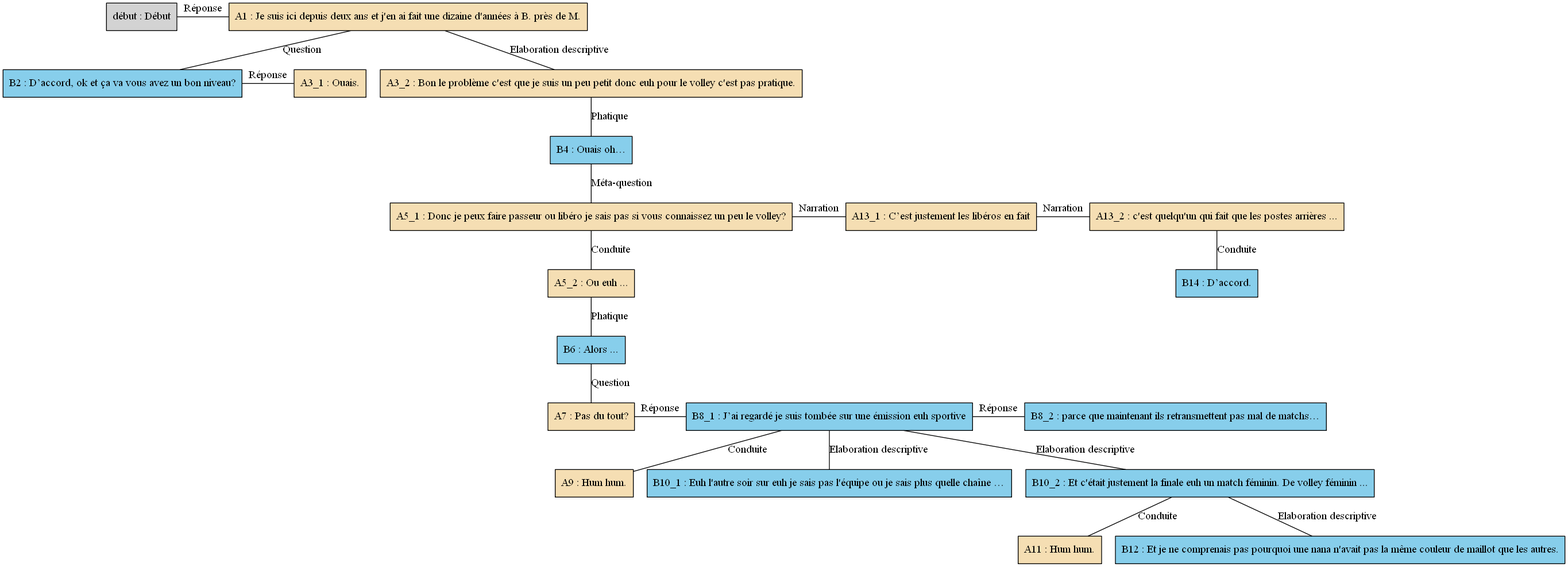
This is arbres/Volley/Volley_-_C09.gv.png from AlaixComet/AnnotationSlamPTut, a Graphviz export, as it was before one commit. Its source is kept beside it as arbres/Volley/Volley_-_C09.gv.
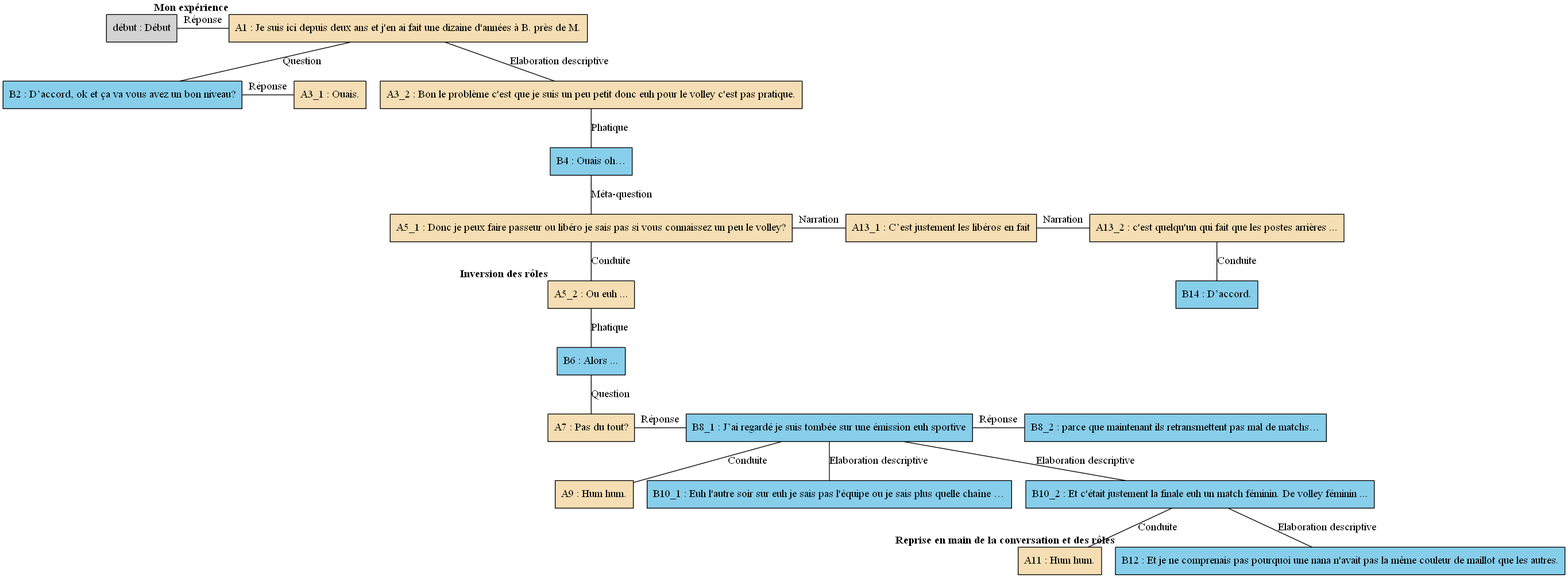
Later version of the same file.

What changed in the source:
```diff
@@ -1,25 +1,25 @@
 digraph C09 {
 	node [shape=box style=filled]
-	"début" [label="début : Début"]
-	A1 [label="A1 : Je suis ici depuis deux ans et j'en ai fait une dizaine d'années à B. près de M." fillcolor=wheat]
-	B2 [label="B2 : D’accord, ok et ça va vous avez un bon niveau?" fillcolor=skyblue]
-	A3_1 [label="A3_1 : Ouais." fillcolor=wheat]
-	A3_2 [label="A3_2 : Bon le problème c'est que je suis un peu petit donc euh pour le volley c'est pas pratique." fillcolor=wheat]
-	B4 [label="B4 : Ouais oh…" fillcolor=skyblue]
-	A5_1 [label="A5_1 : Donc je peux faire passeur ou libéro je sais pas si vous connaissez un peu le volley?" fillcolor=wheat]
-	A5_2 [label="A5_2 : Ou euh ..." fillcolor=wheat]
-	B6 [label="B6 : Alors ..." fillcolor=skyblue]
-	A7 [label="A7 : Pas du tout?" fillcolor=wheat]
-	B8_1 [label="B8_1 : J’ai regardé je suis tombée sur une émission euh sportive" fillcolor=skyblue]
-	B8_2 [label="B8_2 : parce que maintenant ils retransmettent pas mal de matchs…" fillcolor=skyblue]
-	A9 [label="A9 : Hum hum." fillcolor=wheat]
-	B10_1 [label="B10_1 : Euh l'autre soir sur euh je sais pas l'équipe ou je sais plus quelle chaîne …" fillcolor=skyblue]
-	B10_2 [label="B10_2 : Et c'était justement la finale euh un match féminin. De volley féminin ..." fillcolor=skyblue]
-	A11 [label="A11 : Hum hum." fillcolor=wheat]
-	B12 [label="B12 : Et je ne comprenais pas pourquoi une nana n'avait pas la même couleur de maillot que les autres." fillcolor=skyblue]
-	A13_1 [label="A13_1 : C’est justement les libéros en fait" fillcolor=wheat]
-	A13_2 [label="A13_2 : c'est quelqu'un qui fait que les postes arrières ..." fillcolor=wheat]
-	B14 [label="B14 : D’accord." fillcolor=skyblue]
+	"début" [label="début : Début" xlabel=""]
+	A1 [label="A1 : Je suis ici depuis deux ans et j'en ai fait une dizaine d'années à B. près de M." fillcolor=wheat xlabel=<<B>Mon expérience</B>>]
+	B2 [label="B2 : D’accord, ok et ça va vous avez un bon niveau?" fillcolor=skyblue xlabel=""]
+	A3_1 [label="A3_1 : Ouais." fillcolor=wheat xlabel=""]
+	A3_2 [label="A3_2 : Bon le problème c'est que je suis un peu petit donc euh pour le volley c'est pas pratique." fillcolor=wheat xlabel=""]
+	B4 [label="B4 : Ouais oh…" fillcolor=skyblue xlabel=""]
+	A5_1 [label="A5_1 : Donc je peux faire passeur ou libéro je sais pas si vous connaissez un peu le volley?" fillcolor=wheat xlabel=""]
+	A5_2 [label="A5_2 : Ou euh ..." fillcolor=wheat xlabel=<<B>Inversion des rôles</B>>]
+	B6 [label="B6 : Alors ..." fillcolor=skyblue xlabel=""]
+	A7 [label="A7 : Pas du tout?" fillcolor=wheat xlabel=""]
+	B8_1 [label="B8_1 : J’ai regardé je suis tombée sur une émission euh sportive" fillcolor=skyblue xlabel=""]
+	B8_2 [label="B8_2 : parce que maintenant ils retransmettent pas mal de matchs…" fillcolor=skyblue xlabel=""]
+	A9 [label="A9 : Hum hum." fillcolor=wheat xlabel=""]
+	B10_1 [label="B10_1 : Euh l'autre soir sur euh je sais pas l'équipe ou je sais plus quelle chaîne …" fillcolor=skyblue xlabel=""]
+	B10_2 [label="B10_2 : Et c'était justement la finale euh un match féminin. De volley féminin ..." fillcolor=skyblue xlabel=""]
+	A11 [label="A11 : Hum hum." fillcolor=wheat xlabel=""]
+	B12 [label="B12 : Et je ne comprenais pas pourquoi une nana n'avait pas la même couleur de maillot que les autres." fillcolor=skyblue xlabel=<<B>Reprise en main de la conversation et des rôles</B>>]
+	A13_1 [label="A13_1 : C’est justement les libéros en fait" fillcolor=wheat xlabel=""]
+	A13_2 [label="A13_2 : c'est quelqu'un qui fait que les postes arrières ..." fillcolor=wheat xlabel=""]
+	B14 [label="B14 : D’accord." fillcolor=skyblue xlabel=""]
 	{
 		rank=same
 		"début"
```
